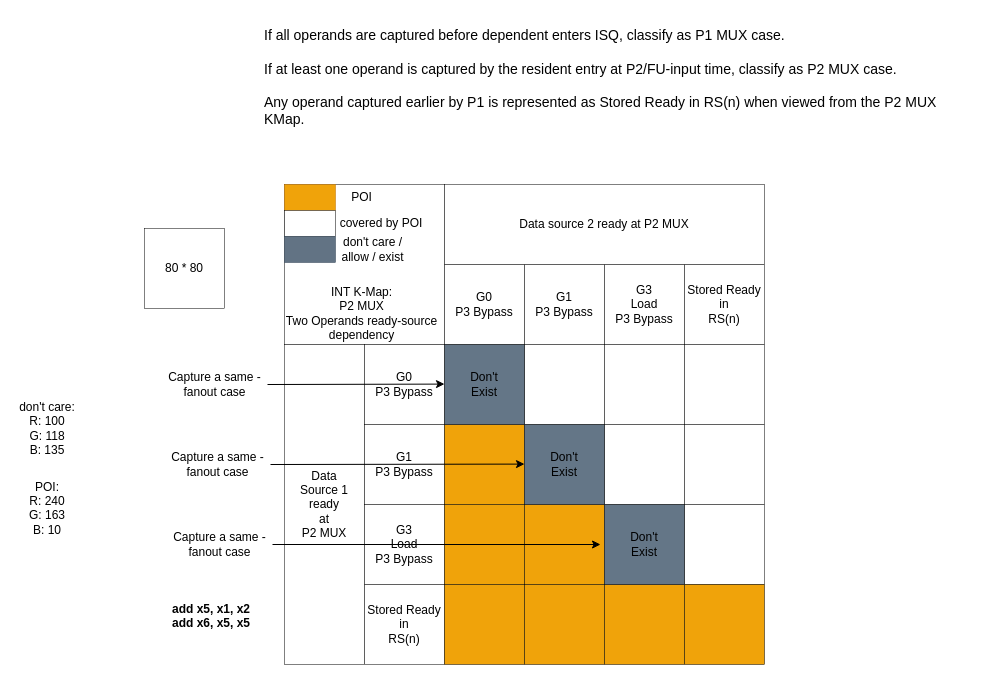
This is verification/orbe_bt_env/perf_eval/timing/k-maps/INT_P2MUX_two_operands_dependency_KMap_v2.drawio from RIOSLaboratory/OpenRio, a draw.io file, before an edit. Source tidied: cells renumbered, new cells numbered last; positions are measured from the earlier drawing's top-left corner, leaving out a move shared by most shapes. Both pictures are drawn from the tidied source at 100%, with x=0, y=0 at pixel (17, 17).
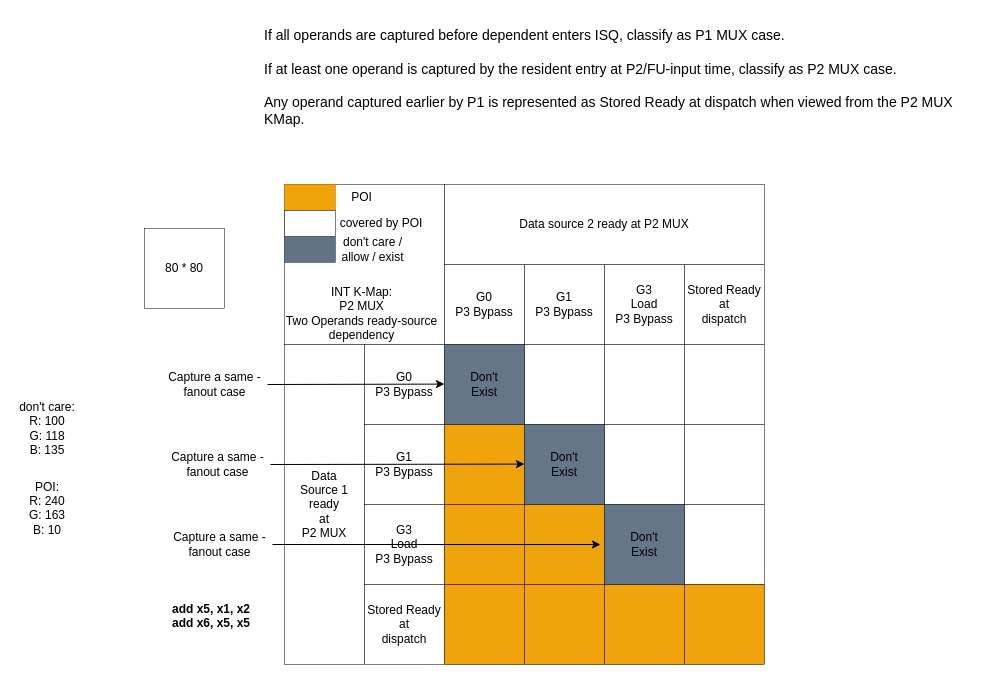
After the change.

Commit message (it also covers changes not shown here):
Use dispatch and the FU name as the diagram cell vocabulary

Diff of the diagram source:
```diff
@@
-    <mxCell id="5" value="Stored Ready&lt;br&gt;in&lt;br&gt;RS(n)" style="whiteSpace=wrap;html=1;strokeWidth=0.5;" parent="1" vertex="1">
+    <mxCell id="5" value="Stored Ready&lt;br&gt;at&lt;br&gt;dispatch" style="whiteSpace=wrap;html=1;strokeWidth=0.5;" parent="1" vertex="1">
       <mxGeometry x="667" y="247" width="80" height="80" as="geometry" />
     </mxCell>
@@
-    <mxCell id="10" value="Stored Ready&lt;br&gt;in&lt;br&gt;RS(n)" style="whiteSpace=wrap;html=1;strokeWidth=0.5;" parent="1" vertex="1">
+    <mxCell id="10" value="Stored Ready&lt;br&gt;at&lt;br&gt;dispatch" style="whiteSpace=wrap;html=1;strokeWidth=0.5;" parent="1" vertex="1">
       <mxGeometry x="347" y="567" width="80" height="80" as="geometry" />
     </mxCell>
@@
-    <mxCell id="39" value="&lt;div style=&quot;&quot;&gt;&lt;font style=&quot;font-size: 14px;&quot;&gt;If all operands are captured before dependent enters ISQ,&amp;nbsp;&lt;span style=&quot;background-color: transparent; color: light-dark(rgb(0, 0, 0), rgb(255, 255, 255));&quot;&gt;classify as P1 MUX case.&lt;/span&gt;&lt;/font&gt;&lt;/div&gt;&lt;div&gt;&lt;font style=&quot;font-size: 14px;&quot;&gt;&lt;br&gt;&lt;/font&gt;&lt;/div&gt;&lt;div&gt;&lt;font style=&quot;font-size: 14px;&quot;&gt;If at least one operand is captured by the resident entry at P2/FU-input time,&amp;nbsp;&lt;span style=&quot;background-color: transparent; color: light-dark(rgb(0, 0, 0), rgb(255, 255, 255));&quot;&gt;classify as P2 MUX case.&lt;/span&gt;&lt;/font&gt;&lt;/div&gt;&lt;div&gt;&lt;font style=&quot;font-size: 14px;&quot;&gt;&lt;br&gt;&lt;/font&gt;&lt;/div&gt;&lt;div&gt;&lt;font style=&quot;font-size: 14px;&quot;&gt;Any operand captured earlier by P1 is represented as Stored Ready in RS(n)&amp;nbsp;&lt;span style=&quot;background-color: transparent; color: light-dark(rgb(0, 0, 0), rgb(255, 255, 255));&quot;&gt;when viewed from the P2 MUX KMap.&lt;/span&gt;&lt;/font&gt;&lt;/div&gt;" style="text;html=1;whiteSpace=wrap;strokeColor=none;fillColor=none;align=left;verticalAlign=middle;rounded=0;" parent="1" vertex="1">
+    <mxCell id="39" value="&lt;div style=&quot;&quot;&gt;&lt;font style=&quot;font-size: 14px;&quot;&gt;If all operands are captured before dependent enters ISQ,&amp;nbsp;&lt;span style=&quot;background-color: transparent; color: light-dark(rgb(0, 0, 0), rgb(255, 255, 255));&quot;&gt;classify as P1 MUX case.&lt;/span&gt;&lt;/font&gt;&lt;/div&gt;&lt;div&gt;&lt;font style=&quot;font-size: 14px;&quot;&gt;&lt;br&gt;&lt;/font&gt;&lt;/div&gt;&lt;div&gt;&lt;font style=&quot;font-size: 14px;&quot;&gt;If at least one operand is captured by the resident entry at P2/FU-input time,&amp;nbsp;&lt;span style=&quot;background-color: transparent; color: light-dark(rgb(0, 0, 0), rgb(255, 255, 255));&quot;&gt;classify as P2 MUX case.&lt;/span&gt;&lt;/font&gt;&lt;/div&gt;&lt;div&gt;&lt;font style=&quot;font-size: 14px;&quot;&gt;&lt;br&gt;&lt;/font&gt;&lt;/div&gt;&lt;div&gt;&lt;font style=&quot;font-size: 14px;&quot;&gt;Any operand captured earlier by P1 is represented as Stored Ready at dispatch&amp;nbsp;&lt;span style=&quot;background-color: transparent; color: light-dark(rgb(0, 0, 0), rgb(255, 255, 255));&quot;&gt;when viewed from the P2 MUX KMap.&lt;/span&gt;&lt;/font&gt;&lt;/div&gt;" style="text;html=1;whiteSpace=wrap;strokeColor=none;fillColor=none;align=left;verticalAlign=middle;rounded=0;" parent="1" vertex="1">
       <mxGeometry x="245" width="715" height="120" as="geometry" />
     </mxCell>
```
